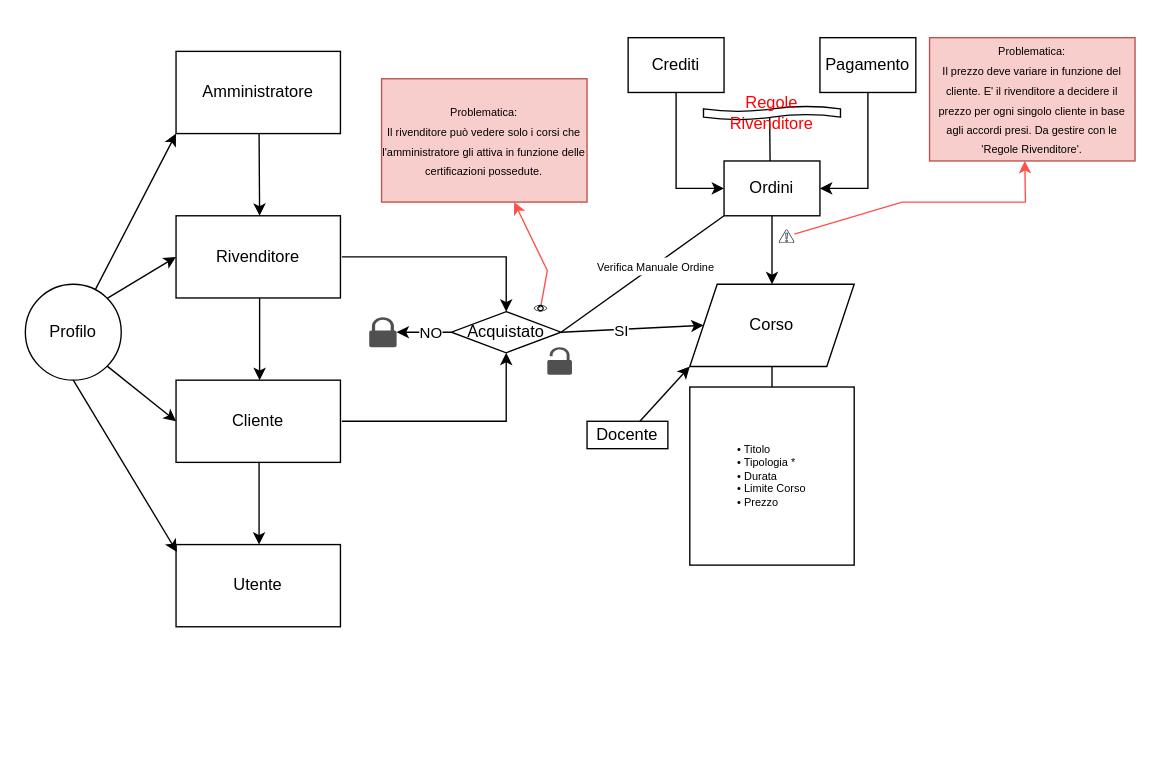
Earlier version of the draw.io diagram Diagrammi/Diagramma MagisterPro.drawio (L-Faber/Diagrammi). Source tidied: cells renumbered, new cells numbered last; positions are measured from the earlier drawing's top-left corner, leaving out a move shared by most shapes. Both pictures are drawn from the tidied source at 137%, with x=0, y=0 at pixel (25, 37).
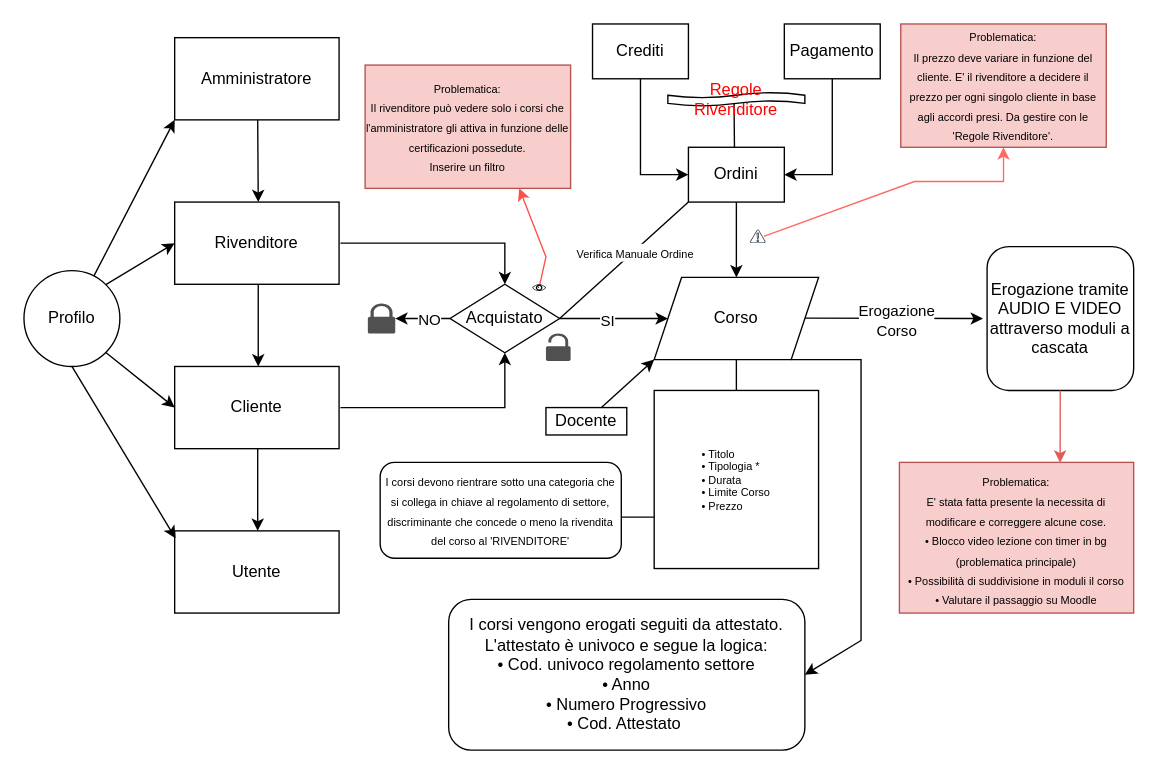
The same diagram, later.

The edit, as a diff of the source:
```diff
@@
     <mxCell id="2" value="Amministratore" style="rounded=0;whiteSpace=wrap;html=1;" parent="1" vertex="1">
-      <mxGeometry x="110" y="10" width="120" height="60" as="geometry" />
+      <mxGeometry x="109" width="120" height="60" as="geometry" />
     </mxCell>
     <mxCell id="3" style="endArrow=classic;html=1;rounded=0;" parent="1" edge="1">
       <mxGeometry relative="1" as="geometry">
-        <mxPoint x="170.6" y="70" as="sourcePoint" />
-        <mxPoint x="171" y="130" as="targetPoint" />
+        <mxPoint x="169.6" y="60" as="sourcePoint" />
+        <mxPoint x="170" y="120" as="targetPoint" />
       </mxGeometry>
     </mxCell>
     <mxCell id="4" style="edgeStyle=none;rounded=0;jettySize=auto;html=1;entryX=0.5;entryY=0;entryDx=0;entryDy=0;" parent="1" edge="1" target="13">
       <mxGeometry relative="1" as="geometry">
-        <mxPoint x="231" y="160" as="sourcePoint" />
+        <mxPoint x="230" y="150" as="sourcePoint" />
         <Array as="points">
-          <mxPoint x="351" y="160" />
+          <mxPoint x="350" y="150" />
         </Array>
       </mxGeometry>
     </mxCell>
     <mxCell id="5" value="Rivenditore" style="rounded=0;whiteSpace=wrap;html=1;" parent="1" vertex="1">
-      <mxGeometry x="110" y="130" width="120" height="60" as="geometry" />
+      <mxGeometry x="109" y="120" width="120" height="60" as="geometry" />
     </mxCell>
     <mxCell id="6" style="endArrow=classic;html=1;rounded=0;exitX=0.5;exitY=1;exitDx=0;exitDy=0;" parent="1" edge="1">
       <mxGeometry relative="1" as="geometry">
-        <mxPoint x="171" y="190" as="sourcePoint" />
-        <mxPoint x="171" y="250" as="targetPoint" />
+        <mxPoint x="170" y="180" as="sourcePoint" />
+        <mxPoint x="170" y="240" as="targetPoint" />
       </mxGeometry>
     </mxCell>
     <mxCell id="7" value="Cliente" style="rounded=0;whiteSpace=wrap;html=1;" parent="1" vertex="1">
-      <mxGeometry x="110" y="250" width="120" height="60" as="geometry" />
+      <mxGeometry x="109" y="240" width="120" height="60" as="geometry" />
     </mxCell>
+    <mxCell id="45" style="edgeStyle=none;rounded=0;orthogonalLoop=1;jettySize=auto;html=1;" parent="1" edge="1">
+      <mxGeometry relative="1" as="geometry">
+        <mxPoint x="569" y="204.7" as="sourcePoint" />
+        <mxPoint x="699" y="205" as="targetPoint" />
+      </mxGeometry>
+    </mxCell>
+    <mxCell id="46" value="Erogazione&lt;br&gt;Corso" style="edgeLabel;html=1;align=center;verticalAlign=middle;" parent="45" vertex="1">
+      <mxGeometry x="0.03" y="-2" relative="1" as="geometry" />
+    </mxCell>
     <mxCell id="8" value="Corso" style="shape=parallelogram;perimeter=parallelogramPerimeter;whiteSpace=wrap;html=1;fixedSize=1;" parent="1" vertex="1">
-      <mxGeometry x="485" y="180" width="120" height="60" as="geometry" />
+      <mxGeometry x="459" y="175" width="120" height="60" as="geometry" />
     </mxCell>
@@
     <mxCell id="13" value="Acquistato" style="rhombus;whiteSpace=wrap;html=1;" parent="1" vertex="1">
-      <mxGeometry x="311" y="200" width="80" height="30" as="geometry" />
+      <mxGeometry x="310" y="180" width="80" height="50" as="geometry" />
     </mxCell>
     <mxCell id="14" style="sketch=0;shadow=0;dashed=0;html=1;strokeColor=none;fillColor=#505050;labelPosition=center;verticalLabelPosition=bottom;verticalAlign=top;outlineConnect=0;align=center;shape=mxgraph.office.security.lock_protected;" parent="1" vertex="1">
-      <mxGeometry x="251" y="204" width="20" height="22" as="geometry" />
+      <mxGeometry x="250" y="194" width="20" height="22" as="geometry" />
     </mxCell>
     <mxCell id="15" style="sketch=0;shadow=0;dashed=0;html=1;strokeColor=none;fillColor=#505050;labelPosition=center;verticalLabelPosition=bottom;verticalAlign=top;align=center;shape=mxgraph.office.security.lock_unprotected;" parent="1" vertex="1">
-      <mxGeometry x="381" y="226" width="18" height="20" as="geometry" />
+      <mxGeometry x="380" y="216" width="18" height="20" as="geometry" />
     </mxCell>
     <mxCell id="16" value="&lt;div style=&quot;text-align: left; font-size: 8px;&quot;&gt;&lt;span style=&quot;background-color: initial;&quot;&gt;&lt;font style=&quot;font-size: 8px;&quot;&gt;• Titolo&lt;/font&gt;&lt;/span&gt;&lt;/div&gt;&lt;div style=&quot;text-align: left; font-size: 8px;&quot;&gt;&lt;span style=&quot;background-color: initial;&quot;&gt;&lt;font style=&quot;font-size: 8px;&quot;&gt;• Tipologia *&lt;/font&gt;&lt;/span&gt;&lt;/div&gt;&lt;div style=&quot;text-align: left; font-size: 8px;&quot;&gt;&lt;span style=&quot;background-color: initial;&quot;&gt;&lt;font style=&quot;font-size: 8px;&quot;&gt;• Durata&lt;/font&gt;&lt;/span&gt;&lt;/div&gt;&lt;div style=&quot;text-align: left; font-size: 8px;&quot;&gt;&lt;span style=&quot;background-color: initial;&quot;&gt;&lt;font style=&quot;font-size: 8px;&quot;&gt;• Limite Corso&lt;/font&gt;&lt;/span&gt;&lt;/div&gt;&lt;div style=&quot;text-align: left; font-size: 8px;&quot;&gt;&lt;span style=&quot;background-color: initial;&quot;&gt;&lt;font style=&quot;font-size: 8px;&quot;&gt;• Prezzo&lt;/font&gt;&lt;/span&gt;&lt;/div&gt;" style="rounded=0;whiteSpace=wrap;html=1;labelPosition=center;verticalLabelPosition=middle;align=center;verticalAlign=middle;" parent="1" vertex="1">
-      <mxGeometry x="485" y="255" width="120" height="130" as="geometry" />
+      <mxGeometry x="459" y="257.5" width="120" height="130" as="geometry" />
     </mxCell>
     <mxCell id="17" style="edgeStyle=none;rounded=0;jettySize=auto;html=1;entryX=0.5;entryY=1;entryDx=0;entryDy=0;" parent="1" edge="1" target="13">
       <mxGeometry relative="1" as="geometry">
-        <mxPoint x="231" y="280" as="sourcePoint" />
+        <mxPoint x="230" y="270" as="sourcePoint" />
         <Array as="points">
-          <mxPoint x="351" y="280" />
+          <mxPoint x="350" y="270" />
         </Array>
       </mxGeometry>
     </mxCell>
@@
     <mxCell id="19" value="Utente" style="rounded=0;whiteSpace=wrap;html=1;" parent="1" vertex="1">
-      <mxGeometry x="110" y="370" width="120" height="60" as="geometry" />
+      <mxGeometry x="109" y="360" width="120" height="60" as="geometry" />
     </mxCell>
     <mxCell id="20" style="endArrow=classic;html=1;rounded=0;exitX=0.5;exitY=1;exitDx=0;exitDy=0;" parent="1" edge="1">
       <mxGeometry relative="1" as="geometry">
-        <mxPoint x="170.6" y="310" as="sourcePoint" />
-        <mxPoint x="170.6" y="370" as="targetPoint" />
+        <mxPoint x="169.6" y="300" as="sourcePoint" />
+        <mxPoint x="169.6" y="360" as="targetPoint" />
       </mxGeometry>
     </mxCell>
@@
     <mxCell id="22" value="Ordini" style="rounded=0;whiteSpace=wrap;html=1;" parent="1" vertex="1">
-      <mxGeometry x="510" y="90" width="70" height="40" as="geometry" />
+      <mxGeometry x="484" y="80" width="70" height="40" as="geometry" />
     </mxCell>
     <mxCell id="23" style="edgeStyle=none;rounded=0;jettySize=auto;html=1;entryX=1;entryY=0.5;entryDx=0;entryDy=0;" parent="1" edge="1" source="24" target="22">
       <mxGeometry relative="1" as="geometry">
         <Array as="points">
-          <mxPoint x="615" y="110" />
+          <mxPoint x="589" y="100" />
         </Array>
       </mxGeometry>
     </mxCell>
     <mxCell id="24" value="Pagamento" style="rounded=0;whiteSpace=wrap;html=1;" parent="1" vertex="1">
-      <mxGeometry x="580" width="70" height="40" as="geometry" />
+      <mxGeometry x="554" y="-10" width="70" height="40" as="geometry" />
     </mxCell>
     <mxCell id="25" style="edgeStyle=none;rounded=0;jettySize=auto;html=1;entryX=0;entryY=0.5;entryDx=0;entryDy=0;" parent="1" edge="1" source="26" target="22">
       <mxGeometry relative="1" as="geometry">
         <Array as="points">
-          <mxPoint x="475" y="110" />
+          <mxPoint x="449" y="100" />
         </Array>
       </mxGeometry>
     </mxCell>
     <mxCell id="26" value="Crediti" style="rounded=0;whiteSpace=wrap;html=1;" parent="1" vertex="1">
-      <mxGeometry x="440" width="70" height="40" as="geometry" />
+      <mxGeometry x="414" y="-10" width="70" height="40" as="geometry" />
     </mxCell>
-    <mxCell id="27" style="edgeStyle=none;rounded=0;jettySize=auto;html=1;strokeColor=#FF504A;" parent="1" edge="1" source="28" target="29">
+    <mxCell id="27" style="edgeStyle=none;rounded=0;jettySize=auto;html=1;strokeColor=#FF504A;entryX=0.75;entryY=1;entryDx=0;entryDy=0;" parent="1" edge="1" source="28" target="29">
       <mxGeometry relative="1" as="geometry">
         <Array as="points">
-          <mxPoint x="381" y="170" />
+          <mxPoint x="380" y="160" />
         </Array>
       </mxGeometry>
     </mxCell>
     <mxCell id="28" style="shape=mxgraph.signs.healthcare.eye;html=1;fillColor=#000000;strokeColor=none;verticalLabelPosition=bottom;verticalAlign=top;align=center;" parent="1" vertex="1">
-      <mxGeometry x="371" y="195" width="10" height="5" as="geometry" />
+      <mxGeometry x="370" y="180" width="10" height="5" as="geometry" />
     </mxCell>
-    <mxCell id="29" value="&lt;font style=&quot;&quot;&gt;&lt;span style=&quot;font-size: 8px;&quot;&gt;Problematica:&lt;/span&gt;&lt;br&gt;&lt;font style=&quot;font-size: 8px;&quot;&gt;Il rivenditore può vedere solo i corsi che l'amministratore gli attiva in funzione delle certificazioni possedute.&lt;/font&gt;&lt;br&gt;&lt;/font&gt;" style="rounded=0;whiteSpace=wrap;html=1;labelBackgroundColor=none;fillColor=#f8cecc;strokeColor=#b85450;" parent="1" vertex="1">
-      <mxGeometry x="260" y="30" width="150" height="90" as="geometry" />
+    <mxCell id="29" value="&lt;font style=&quot;&quot;&gt;&lt;span style=&quot;font-size: 8px;&quot;&gt;Problematica:&lt;/span&gt;&lt;br&gt;&lt;font style=&quot;font-size: 8px;&quot;&gt;Il rivenditore può vedere solo i corsi che l'amministratore gli attiva in funzione delle certificazioni possedute.&lt;br&gt;Inserire un filtro&lt;/font&gt;&lt;br&gt;&lt;/font&gt;" style="rounded=0;whiteSpace=wrap;html=1;labelBackgroundColor=none;fillColor=#f8cecc;strokeColor=#b85450;" parent="1" vertex="1">
+      <mxGeometry x="248" y="20" width="150" height="90" as="geometry" />
     </mxCell>
@@
     <mxCell id="35" value="Profilo" style="ellipse;whiteSpace=wrap;html=1;" parent="1" vertex="1">
-      <mxGeometry y="180" width="70" height="70" as="geometry" />
+      <mxGeometry x="-1" y="170" width="70" height="70" as="geometry" />
     </mxCell>
@@
     <mxCell id="38" value="Docente" style="rounded=0;whiteSpace=wrap;html=1;" parent="1" vertex="1">
-      <mxGeometry x="410" y="280" width="59" height="20" as="geometry" />
+      <mxGeometry x="380" y="270" width="59" height="20" as="geometry" />
     </mxCell>
-    <mxCell id="39" style="edgeStyle=none;rounded=0;jettySize=auto;html=1;strokeColor=#FF504A;" parent="1" edge="1" source="41">
+    <mxCell id="39" style="edgeStyle=none;rounded=0;jettySize=auto;html=1;strokeColor=#ff6964;entryX=0.5;entryY=1;entryDx=0;entryDy=0;" parent="1" edge="1" target="42">
       <mxGeometry relative="1" as="geometry">
-        <mxPoint x="729.5" y="90" as="targetPoint" />
+        <mxPoint x="539" y="145" as="sourcePoint" />
         <Array as="points">
-          <mxPoint x="640" y="120" />
-          <mxPoint x="730" y="120" />
+          <mxPoint x="649" y="105" />
+          <mxPoint x="714" y="105" />
         </Array>
       </mxGeometry>
     </mxCell>
-    <mxCell id="40" style="edgeStyle=none;rounded=0;jettySize=auto;html=1;strokeColor=#FF504A;" parent="1" edge="1" target="41">
-      <mxGeometry relative="1" as="geometry">
-        <mxPoint x="550" y="150" as="sourcePoint" />
-      </mxGeometry>
-    </mxCell>
     <mxCell id="41" style="sketch=0;outlineConnect=0;fontColor=#232F3E;gradientColor=none;fillColor=#232F3D;strokeColor=none;dashed=0;verticalLabelPosition=bottom;verticalAlign=top;align=center;html=1;fontSize=12;fontStyle=0;shape=mxgraph.aws4.alert;" parent="1" vertex="1">
-      <mxGeometry x="550" y="140" width="11.3" height="10" as="geometry" />
+      <mxGeometry x="529" y="140" width="11.3" height="10" as="geometry" />
     </mxCell>
     <mxCell id="42" value="&lt;font style=&quot;&quot;&gt;&lt;span style=&quot;font-size: 8px;&quot;&gt;Problematica:&lt;/span&gt;&lt;br&gt;&lt;font style=&quot;font-size: 8px;&quot;&gt;Il prezzo deve variare in funzione del cliente. E' il rivenditore a decidere il prezzo per ogni singolo cliente in base agli accordi presi. Da gestire con le 'Regole Rivenditore'.&lt;/font&gt;&lt;br&gt;&lt;/font&gt;" style="rounded=0;whiteSpace=wrap;html=1;labelBackgroundColor=none;fillColor=#f8cecc;strokeColor=#b85450;" parent="1" vertex="1">
-      <mxGeometry x="660" width="150" height="90" as="geometry" />
+      <mxGeometry x="639" y="-10" width="150" height="90" as="geometry" />
     </mxCell>
@@
     <mxCell id="44" value="&lt;font color=&quot;#ff0000&quot;&gt;Regole Rivenditore&lt;/font&gt;" style="shape=tape;whiteSpace=wrap;html=1;" parent="1" vertex="1">
-      <mxGeometry x="495" y="50" width="100" height="10" as="geometry" />
+      <mxGeometry x="469" y="40" width="100" height="10" as="geometry" />
     </mxCell>
+    <mxCell id="47" style="endArrow=classic;html=1;rounded=0;exitX=0.834;exitY=1;exitDx=0;exitDy=0;exitPerimeter=0;entryX=1;entryY=0.5;entryDx=0;entryDy=0;" parent="1" edge="1" source="8" target="49">
+      <mxGeometry relative="1" as="geometry">
+        <Array as="points">
+          <mxPoint x="610" y="235" />
+          <mxPoint x="610" y="440" />
+        </Array>
+      </mxGeometry>
+    </mxCell>
+    <mxCell id="48" value="Erogazione tramite&lt;br&gt;AUDIO E VIDEO&lt;br&gt;attraverso moduli a cascata" style="rounded=1;whiteSpace=wrap;html=1;" parent="1" vertex="1">
+      <mxGeometry x="702" y="152.5" width="107" height="105" as="geometry" />
+    </mxCell>
+    <mxCell id="49" value="&lt;div style=&quot;&quot;&gt;&lt;span style=&quot;background-color: initial;&quot;&gt;I corsi vengono erogati seguiti da attestato. L'attestato è univoco e segue la logica:&lt;/span&gt;&lt;/div&gt;&lt;div style=&quot;&quot;&gt;&lt;span style=&quot;background-color: initial;&quot;&gt;• Cod. univoco regolamento settore&lt;/span&gt;&lt;/div&gt;&lt;div style=&quot;&quot;&gt;&lt;span style=&quot;background-color: initial;&quot;&gt;• Anno&lt;/span&gt;&lt;/div&gt;&lt;div style=&quot;&quot;&gt;&lt;span style=&quot;background-color: initial;&quot;&gt;• Numero Progressivo&lt;/span&gt;&lt;/div&gt;&lt;div style=&quot;&quot;&gt;&lt;span style=&quot;background-color: initial;&quot;&gt;• Cod. Attestato&amp;nbsp;&lt;/span&gt;&lt;/div&gt;" style="rounded=1;whiteSpace=wrap;html=1;verticalAlign=middle;align=center;" parent="1" vertex="1">
+      <mxGeometry x="309" y="410" width="260" height="110" as="geometry" />
+    </mxCell>
+    <mxCell id="50" value="&lt;font style=&quot;font-size: 8px;&quot;&gt;I corsi devono rientrare sotto una categoria che si collega in chiave al regolamento di settore, discriminante che concede o meno la rivendita del corso al 'RIVENDITORE'&lt;/font&gt;" style="rounded=1;whiteSpace=wrap;html=1;" parent="1" vertex="1">
+      <mxGeometry x="259" y="310" width="176" height="70" as="geometry" />
+    </mxCell>
+    <mxCell id="51" style="endArrow=none;html=1;rounded=0;entryX=-0.002;entryY=0.558;entryDx=0;entryDy=0;entryPerimeter=0;exitX=1.001;exitY=0.287;exitDx=0;exitDy=0;exitPerimeter=0;" parent="1" edge="1">
+      <mxGeometry relative="1" as="geometry">
+        <mxPoint x="435.4" y="350" as="sourcePoint" />
+        <mxPoint x="459" y="350" as="targetPoint" />
+      </mxGeometry>
+    </mxCell>
+    <mxCell id="52" value="&lt;font style=&quot;font-size: 8px;&quot;&gt;&lt;span style=&quot;font-size: 8px;&quot;&gt;Problematica:&lt;/span&gt;&lt;br&gt;&lt;span style=&quot;&quot;&gt;E' stata fatta presente la necessita di modificare e correggere alcune cose.&lt;br&gt;&lt;/span&gt;• Blocco video lezione con timer in bg (problematica principale)&lt;br&gt;• Possibilità di suddivisione in moduli il corso&lt;br&gt;• Valutare il passaggio su Moodle&lt;br&gt;&lt;/font&gt;" style="rounded=0;whiteSpace=wrap;html=1;labelBackgroundColor=none;fillColor=#f8cecc;strokeColor=#b85450;verticalAlign=top;" parent="1" vertex="1">
+      <mxGeometry x="638" y="310" width="171" height="110" as="geometry" />
+    </mxCell>
+    <mxCell id="53" style="endArrow=classic;html=1;rounded=0;entryX=0.686;entryY=0.002;entryDx=0;entryDy=0;entryPerimeter=0;fillColor=#f8cecc;strokeColor=#de5d58;" parent="1" edge="1" target="52">
+      <mxGeometry relative="1" as="geometry">
+        <mxPoint x="755.4" y="257.5" as="sourcePoint" />
+      </mxGeometry>
+    </mxCell>
```
